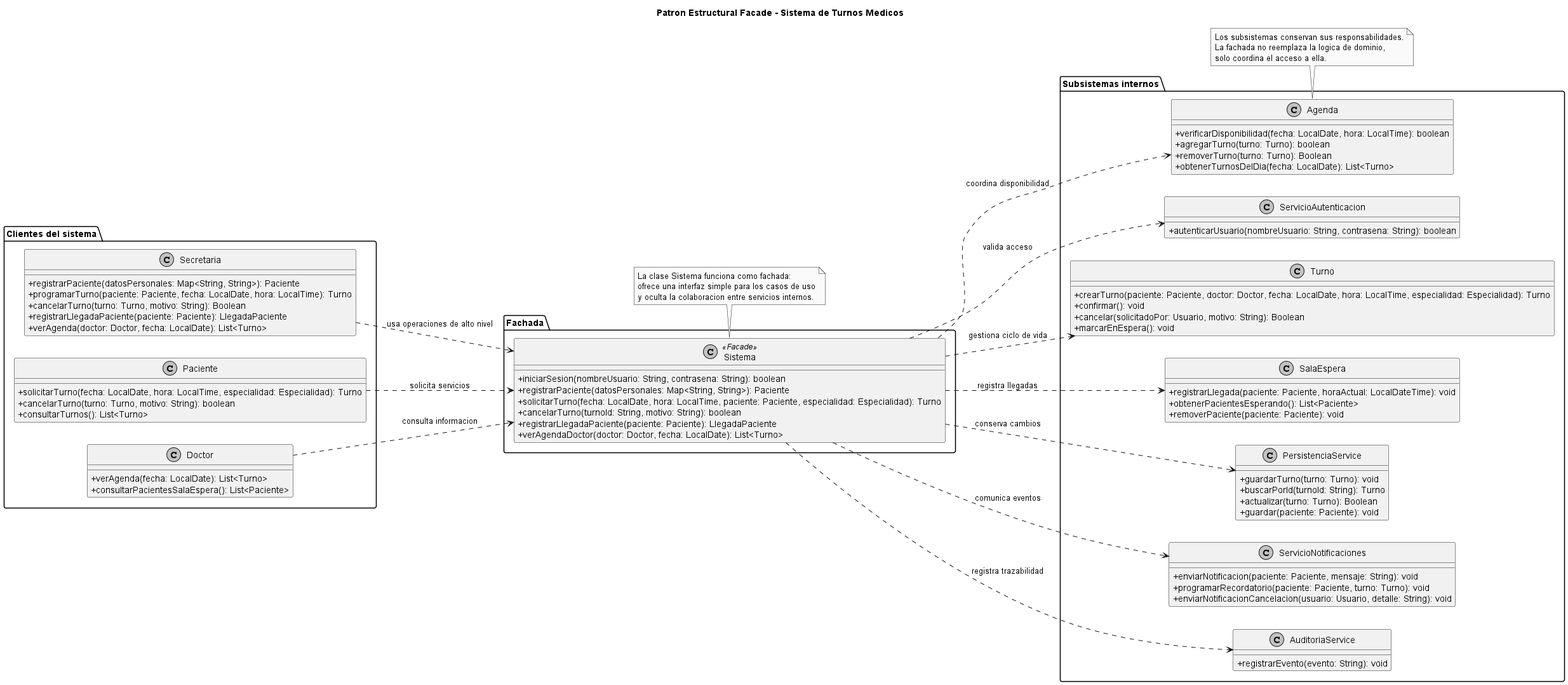
The PlantUML diagram diagramas/01-diagrama-clases/01-patron-estructural-facade.png in FacundoGuiraldes/SistemaTurnosMedicos, before a commit.
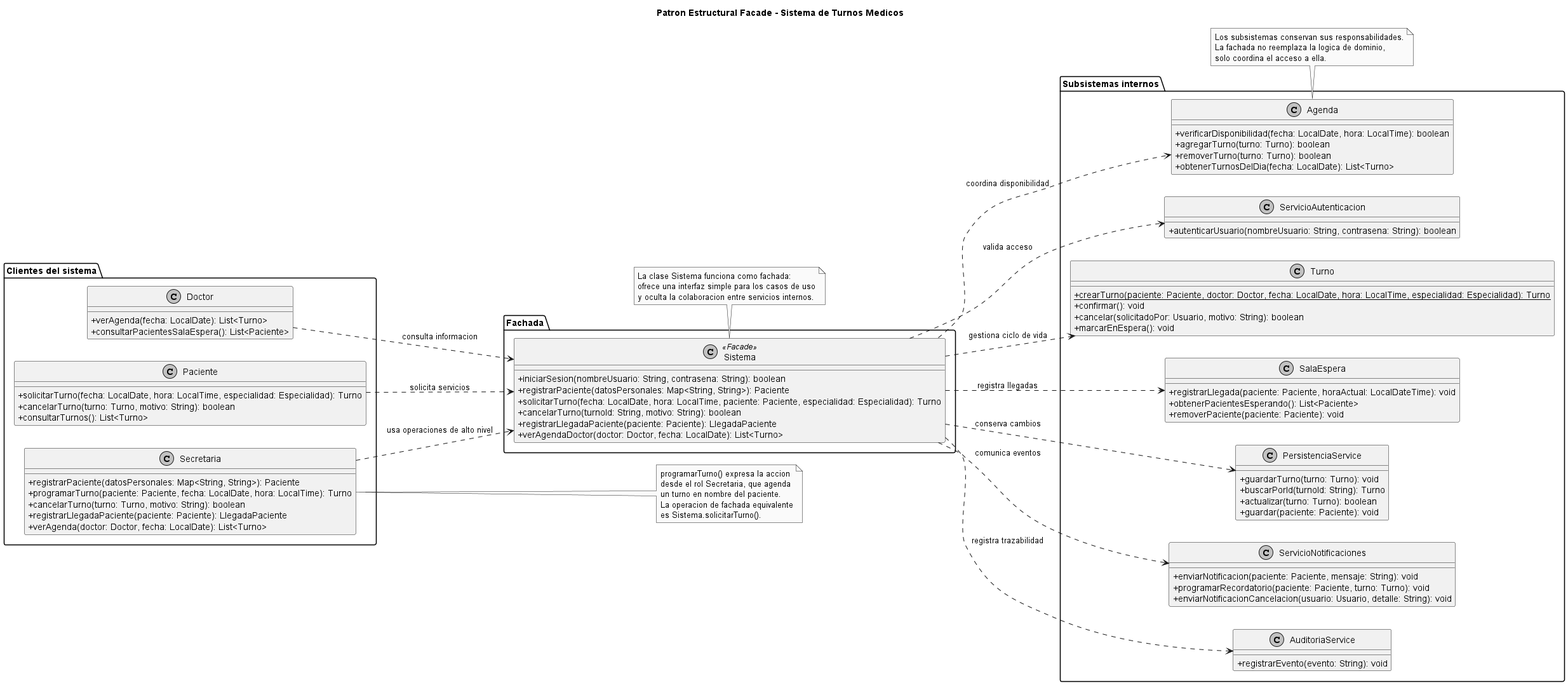
Above is the later version.

What changed in the source:
```diff
@@ -10,7 +10,7 @@
   class Secretaria {
     + registrarPaciente(datosPersonales: Map<String, String>): Paciente
     + programarTurno(paciente: Paciente, fecha: LocalDate, hora: LocalTime): Turno
-    + cancelarTurno(turno: Turno, motivo: String): Boolean
+    + cancelarTurno(turno: Turno, motivo: String): boolean
     + registrarLlegadaPaciente(paciente: Paciente): LlegadaPaciente
     + verAgenda(doctor: Doctor, fecha: LocalDate): List<Turno>
   }
@@ -46,14 +46,14 @@
   class Agenda {
     + verificarDisponibilidad(fecha: LocalDate, hora: LocalTime): boolean
     + agregarTurno(turno: Turno): boolean
-    + removerTurno(turno: Turno): Boolean
+    + removerTurno(turno: Turno): boolean
     + obtenerTurnosDelDia(fecha: LocalDate): List<Turno>
   }
 
   class Turno {
-    + crearTurno(paciente: Paciente, doctor: Doctor, fecha: LocalDate, hora: LocalTime, especialidad: Especialidad): Turno
+    {static} + crearTurno(paciente: Paciente, doctor: Doctor, fecha: LocalDate, hora: LocalTime, especialidad: Especialidad): Turno
     + confirmar(): void
-    + cancelar(solicitadoPor: Usuario, motivo: String): Boolean
+    + cancelar(solicitadoPor: Usuario, motivo: String): boolean
     + marcarEnEspera(): void
   }
 
@@ -66,7 +66,7 @@
   class PersistenciaService {
     + guardarTurno(turno: Turno): void
     + buscarPorId(turnoId: String): Turno
-    + actualizar(turno: Turno): Boolean
+    + actualizar(turno: Turno): boolean
     + guardar(paciente: Paciente): void
   }
 
@@ -105,4 +105,12 @@
   solo coordina el acceso a ella.
 end note
 
+note right of Secretaria
+  programarTurno() expresa la accion
+  desde el rol Secretaria, que agenda
+  un turno en nombre del paciente.
+  La operacion de fachada equivalente
+  es Sistema.solicitarTurno().
+end note
+
 @enduml
```
